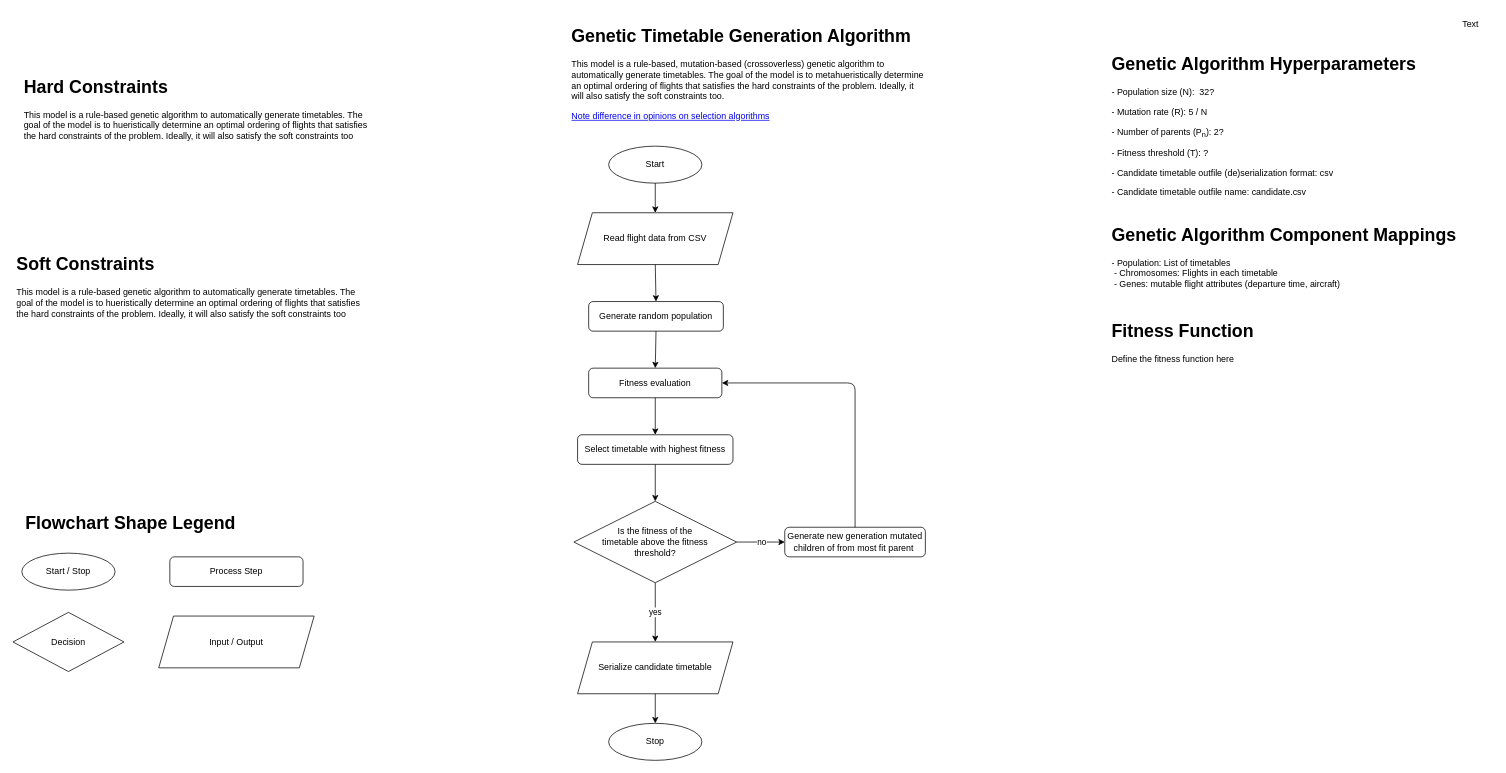
CoreyMLawrence/Comfort-Airlines keeps this draw.io diagram as docs/diagrams/genetic_algorithm.drawio. Above is the earlier version. Source tidied: cells renumbered, new cells numbered last; positions are measured from the earlier drawing's top-left corner, leaving out a move shared by most shapes. Both pictures are drawn from the tidied source at 74%, with x=0, y=0 at pixel (13, 13).
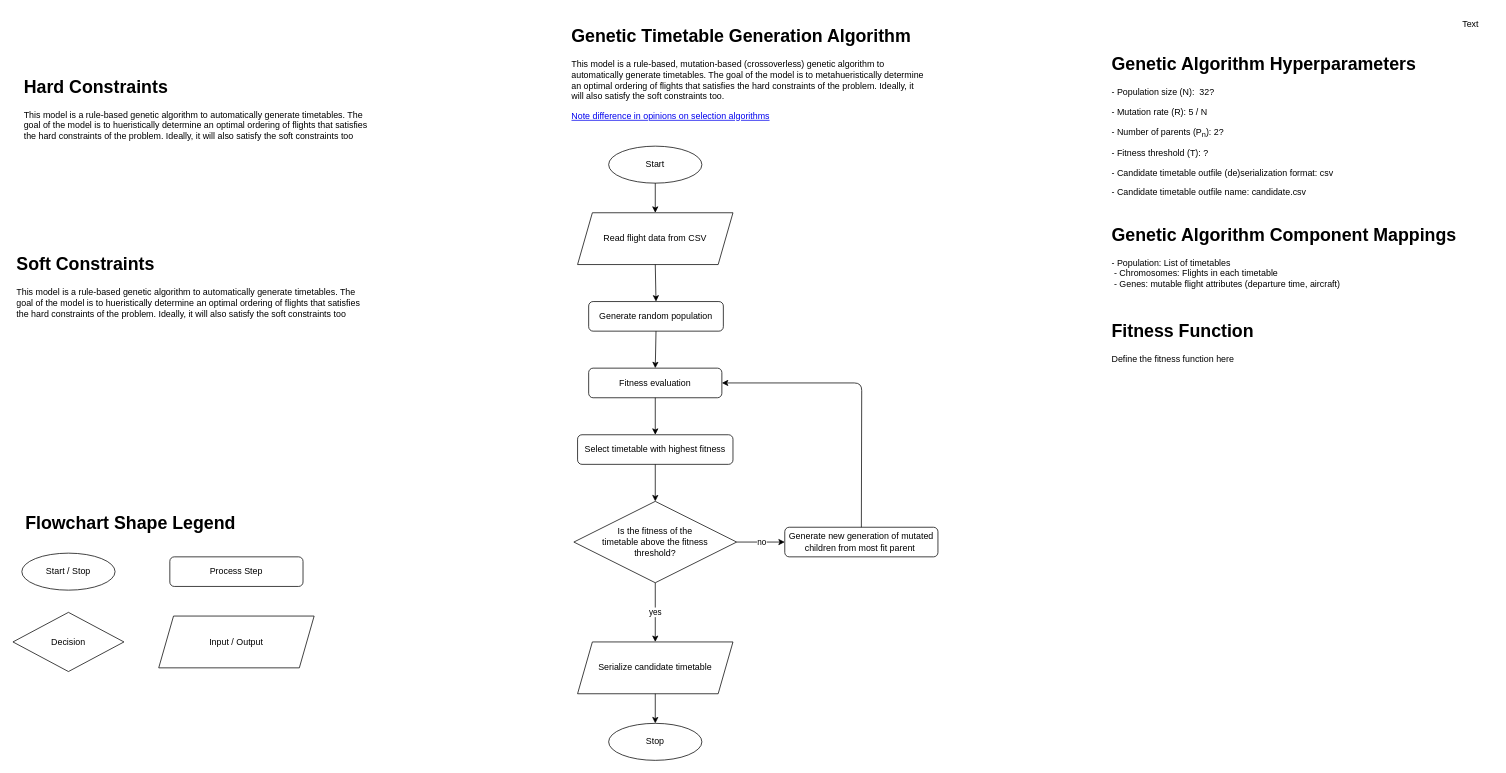
After the change.

Commit message:
fixed typo in genetic algorithm diagram

The change refers to these unchanged cells:
```xml
<mxCell id="10" value="Fitness evaluation" style="rounded=1;whiteSpace=wrap;html=1;" parent="1" vertex="1">
  <mxGeometry x="778" y="480" width="180" height="40" as="geometry" />
</mxCell>
```

The edit, as a diff of the source:
```diff
@@
-    <mxCell id="27" value="Generate new generation mutated children of from most fit parent&amp;nbsp;" style="rounded=1;whiteSpace=wrap;html=1;" parent="1" vertex="1">
-      <mxGeometry x="1043" y="695" width="190" height="40" as="geometry" />
+    <mxCell id="27" value="Generate new generation of mutated children from most fit parent&amp;nbsp;" style="rounded=1;whiteSpace=wrap;html=1;" parent="1" vertex="1">
+      <mxGeometry x="1043" y="695" width="207" height="40" as="geometry" />
     </mxCell>
     <mxCell id="28" style="endArrow=classic;html=1;exitX=0.5;exitY=0;exitDx=0;exitDy=0;entryX=1;entryY=0.5;entryDx=0;entryDy=0;" parent="1" edge="1" source="27" target="10">
       <mxGeometry relative="1" as="geometry">
         <Array as="points">
-          <mxPoint x="1138" y="500" />
+          <mxPoint x="1147" y="500" />
         </Array>
       </mxGeometry>
     </mxCell>
```
